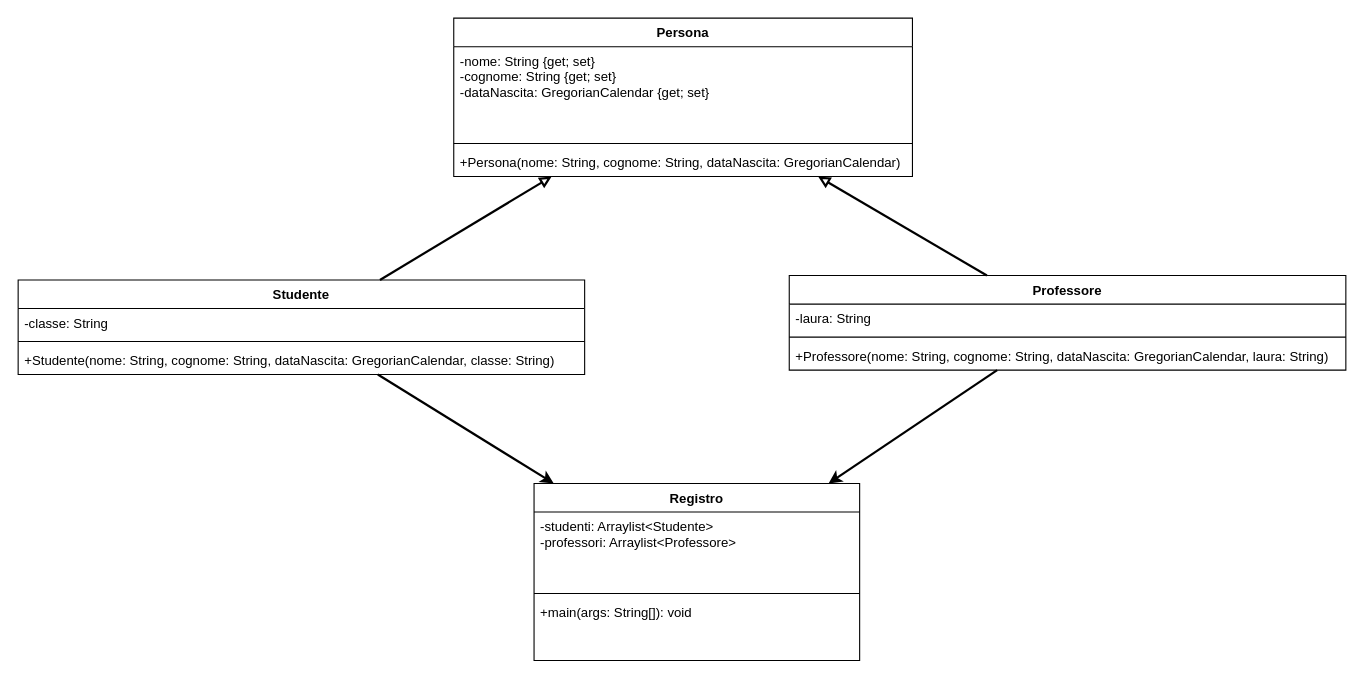
This is Pardini_Fabrizio_5CM_2022-04-27_ScuolaJava/Pardini_Fabrizio_5CM_2022-04-27_ScuolaJava.drawio from ironlanderl/EsTPSIT2, a draw.io file, before an edit. Source tidied: cells renumbered, new cells numbered last; positions are measured from the earlier drawing's top-left corner, leaving out a move shared by most shapes. Both pictures are drawn from the tidied source at 110%, with x=0, y=0 at pixel (18, 18).
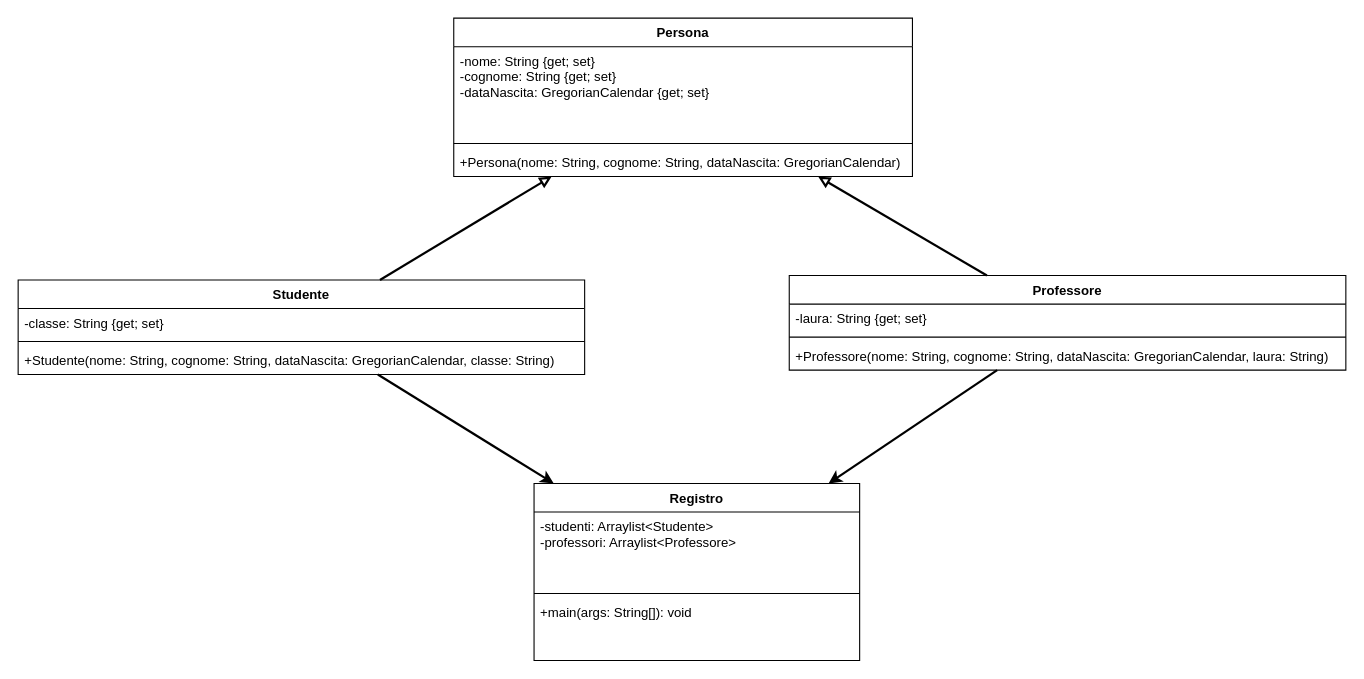
Above is the later version.

The change refers to these unchanged cells:
```xml
<mxCell id="6" value="Studente" style="swimlane;fontStyle=1;align=center;verticalAlign=top;horizontal=1;startSize=26;" parent="1" vertex="1">
  <mxGeometry y="238" width="515" height="86" as="geometry" />
</mxCell>
<mxCell id="10" value="Professore" style="swimlane;fontStyle=1;align=center;verticalAlign=top;horizontal=1;startSize=26;" parent="1" vertex="1">
  <mxGeometry x="701" y="234" width="506" height="86" as="geometry" />
</mxCell>
```

What changed in the source:
```diff
@@
-    <mxCell id="7" value="-classe: String" style="text;strokeColor=none;fillColor=none;align=left;verticalAlign=top;spacingLeft=4;spacingRight=4;overflow=hidden;" parent="6" vertex="1">
+    <mxCell id="7" value="-classe: String {get; set}" style="text;strokeColor=none;fillColor=none;align=left;verticalAlign=top;spacingLeft=4;spacingRight=4;overflow=hidden;" parent="6" vertex="1">
       <mxGeometry y="26" width="515" height="26" as="geometry" />
     </mxCell>
@@
-    <mxCell id="11" value="-laura: String" style="text;strokeColor=none;fillColor=none;align=left;verticalAlign=top;spacingLeft=4;spacingRight=4;overflow=hidden;" parent="10" vertex="1">
+    <mxCell id="11" value="-laura: String {get; set}" style="text;strokeColor=none;fillColor=none;align=left;verticalAlign=top;spacingLeft=4;spacingRight=4;overflow=hidden;" parent="10" vertex="1">
       <mxGeometry y="26" width="506" height="26" as="geometry" />
     </mxCell>
```
